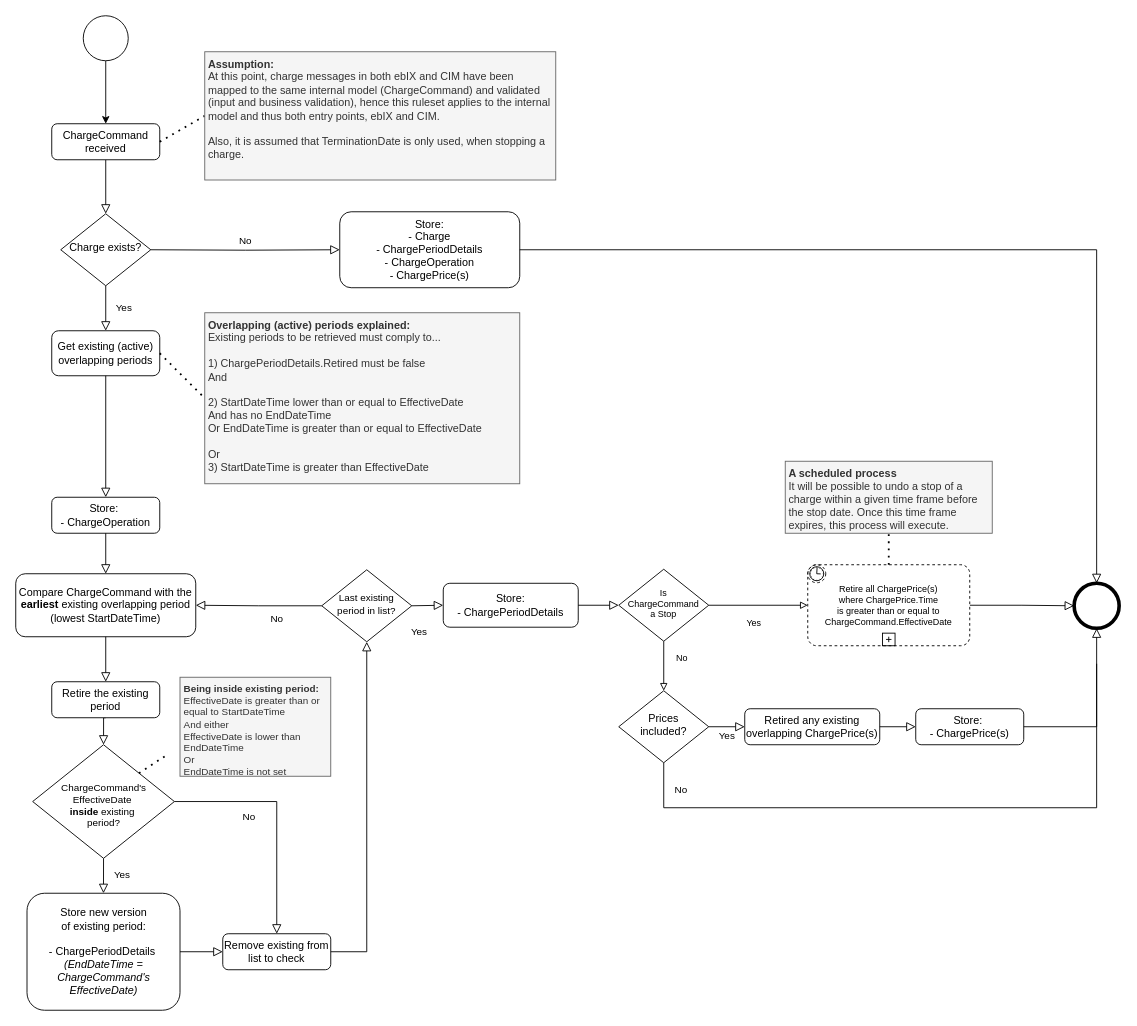
Before: docs/images/PersistingChargesRuleSet_ProcessFlow.drawio in Energinet-DataHub/ARCHIVED-geh-charges, a draw.io diagram. Source tidied: cells renumbered, new cells numbered last; positions are measured from the earlier drawing's top-left corner, leaving out a move shared by most shapes. Both pictures are drawn from the tidied source at 90%, with x=0, y=0 at pixel (15, 15).
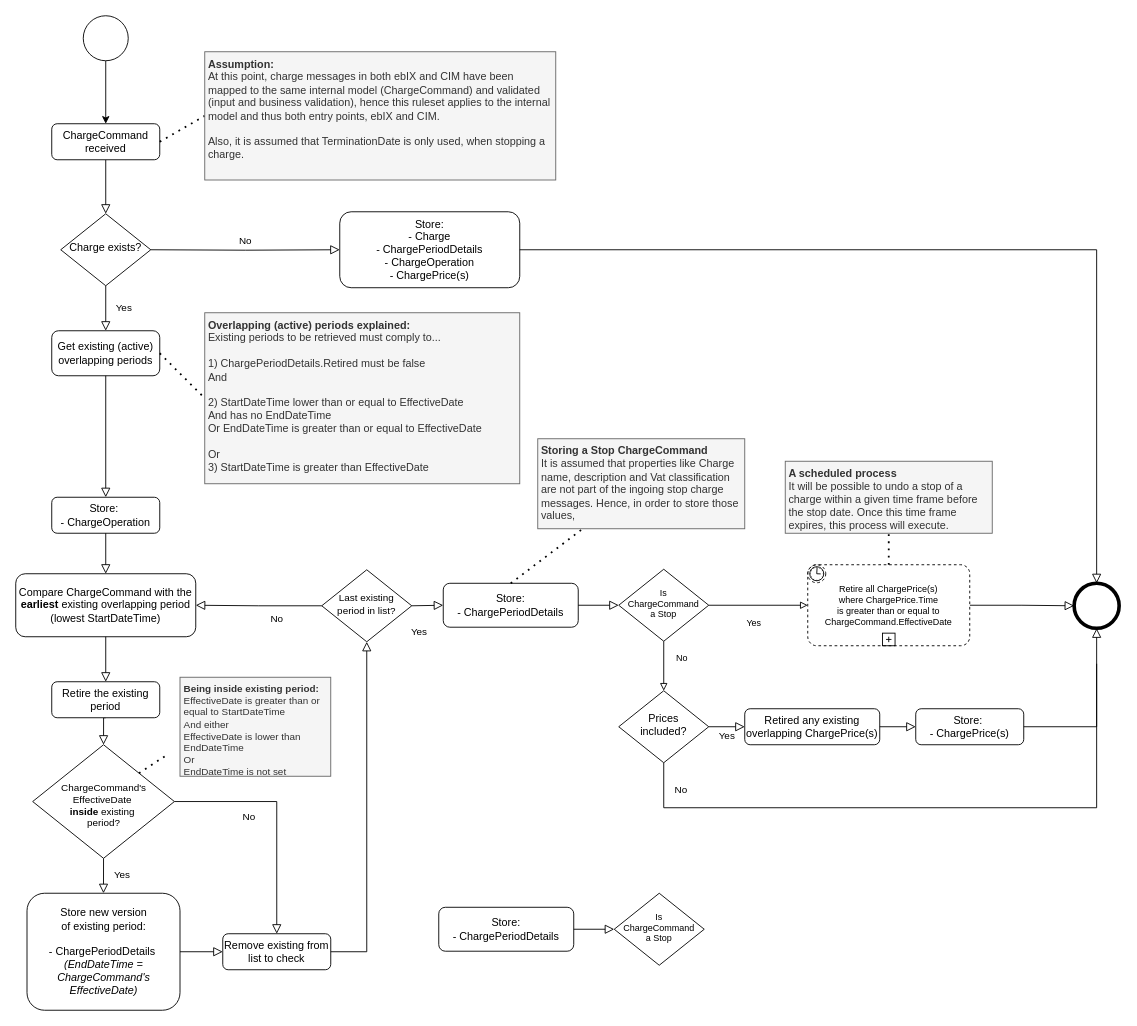
Above is the later version.

The change refers to these unchanged cells:
```xml
<mxCell id="28" value="Store:&lt;br&gt;- ChargePeriodDetails" style="rounded=1;whiteSpace=wrap;html=1;fontSize=12;glass=0;strokeWidth=1;shadow=0;" parent="1" vertex="1">
  <mxGeometry x="475" y="630.6" width="150" height="48.8" as="geometry" />
</mxCell>
```

Change to the diagram source:
```diff
@@
+    <mxCell id="53" value="Store:&lt;br&gt;- ChargePeriodDetails" style="rounded=1;whiteSpace=wrap;html=1;fontSize=12;glass=0;strokeWidth=1;shadow=0;" parent="1" vertex="1">
+      <mxGeometry x="470" y="990.6" width="150" height="48.8" as="geometry" />
+    </mxCell>
+    <mxCell id="54" style="rounded=0;html=1;jettySize=auto;fontSize=11;endArrow=block;endFill=0;endSize=8;strokeWidth=1;shadow=0;labelBackgroundColor=none;edgeStyle=orthogonalEdgeStyle;exitX=1;exitY=0.5;exitDx=0;exitDy=0;entryX=0;entryY=0.5;entryDx=0;entryDy=0;" parent="1" edge="1" source="53" target="55">
+      <mxGeometry y="20" relative="1" as="geometry" />
+    </mxCell>
+    <mxCell id="55" value="Is&lt;br style=&quot;font-size: 10px;&quot;&gt;ChargeCommand&lt;br style=&quot;font-size: 10px;&quot;&gt;a Stop" style="rhombus;whiteSpace=wrap;html=1;shadow=0;fontFamily=Helvetica;fontSize=10;align=center;strokeWidth=1;spacing=6;spacingTop=-4;" parent="1" vertex="1">
+      <mxGeometry x="665" y="975" width="100" height="80" as="geometry" />
+    </mxCell>
+    <mxCell id="56" style="endArrow=none;dashed=1;html=1;dashPattern=1 3;strokeWidth=2;exitX=0.5;exitY=0;exitDx=0;exitDy=0;" parent="1" edge="1" source="28">
+      <mxGeometry relative="1" as="geometry">
+        <mxPoint x="630" y="570" as="targetPoint" />
+      </mxGeometry>
+    </mxCell>
+    <mxCell id="57" value="&lt;b&gt;Storing a Stop ChargeCommand&amp;nbsp;&lt;/b&gt;&lt;br&gt;It is assumed that properties like Charge name, description and Vat classification are not part of the ingoing stop charge messages. Hence, in order to store those values,&amp;nbsp;" style="text;html=1;align=left;verticalAlign=top;whiteSpace=wrap;rounded=0;perimeterSpacing=0;spacingTop=0;spacingLeft=2;spacingBottom=2;fillColor=#f5f5f5;strokeColor=#666666;fontColor=#333333;" parent="1" vertex="1">
+      <mxGeometry x="580" y="470" width="230" height="100" as="geometry" />
+    </mxCell>
```
